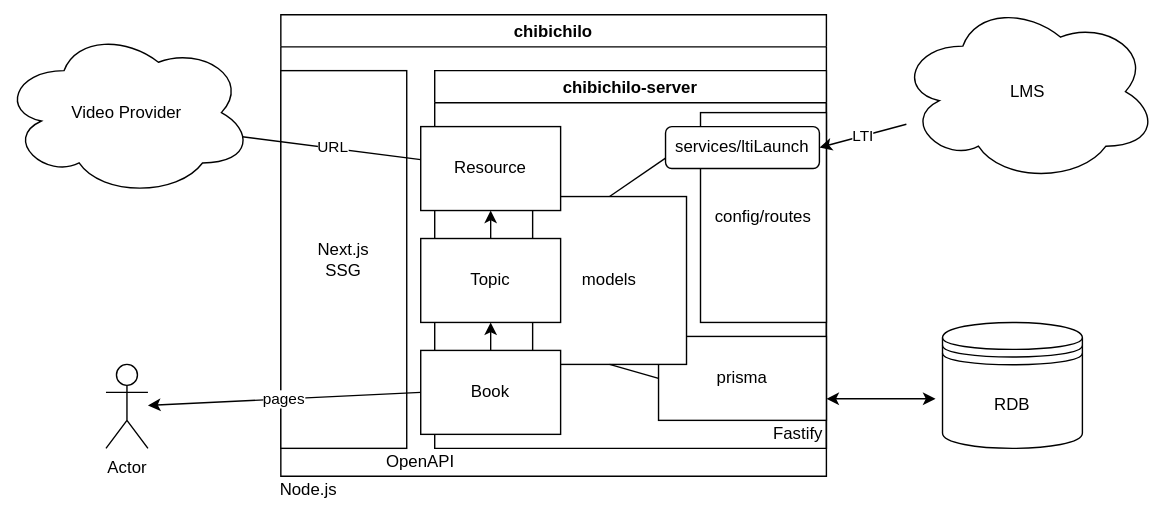
Before: docs/assets/arch.svg, a diagram exported from draw.io (npocccties/chibichilo). Source tidied: cells renumbered, new cells last; positions are measured from the earlier drawing's top-left corner, leaving out a move shared by most shapes.
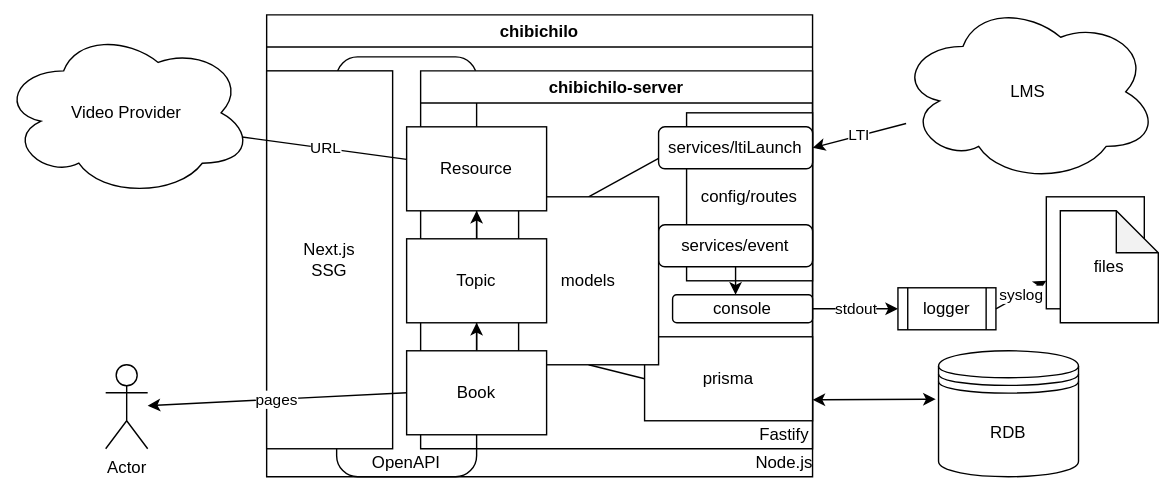
After the commit.

Commit message:
docs: 構成図にログ出力機構の追加

The edit, as a diff of the source:
```diff
@@ -3,11 +3,20 @@
     <mxCell id="0" />
     <mxCell id="1" parent="0" />
     <mxCell id="2" value="RDB" style="shape=datastore;whiteSpace=wrap;html=1;" parent="1" vertex="1">
-      <mxGeometry x="673" y="230" width="100" height="90" as="geometry" />
+      <mxGeometry x="670" y="250" width="100" height="90" as="geometry" />
     </mxCell>
     <mxCell id="3" value="chibichilo" style="swimlane;" parent="1" vertex="1">
-      <mxGeometry x="200" y="10" width="390" height="330" as="geometry" />
+      <mxGeometry x="190" y="10" width="390" height="330" as="geometry" />
     </mxCell>
+    <mxCell id="27" style="rounded=1;whiteSpace=wrap;html=1;" parent="3" vertex="1">
+      <mxGeometry x="50" y="30" width="100" height="300" as="geometry" />
+    </mxCell>
+    <mxCell id="18" value="OpenAPI" style="text;html=1;strokeColor=none;fillColor=none;align=center;verticalAlign=middle;whiteSpace=wrap;rounded=0;" parent="3" vertex="1">
+      <mxGeometry x="80" y="310" width="40" height="20" as="geometry" />
+    </mxCell>
+    <mxCell id="22" value="Node.js" style="text;html=1;strokeColor=none;fillColor=none;align=center;verticalAlign=middle;whiteSpace=wrap;rounded=0;" parent="3" vertex="1">
+      <mxGeometry x="350" y="310" width="40" height="20" as="geometry" />
+    </mxCell>
     <mxCell id="4" value="Next.js&lt;br&gt;SSG" style="rounded=0;whiteSpace=wrap;html=1;" parent="3" vertex="1">
       <mxGeometry y="40" width="90" height="270" as="geometry" />
     </mxCell>
@@ -15,59 +24,61 @@
       <mxGeometry x="110" y="40" width="280" height="270" as="geometry" />
     </mxCell>
     <mxCell id="6" value="config/routes" style="rounded=0;whiteSpace=wrap;html=1;" parent="5" vertex="1">
-      <mxGeometry x="190" y="30" width="90" height="150" as="geometry" />
+      <mxGeometry x="190" y="30" width="90" height="120" as="geometry" />
     </mxCell>
     <mxCell id="7" value="prisma" style="rounded=0;whiteSpace=wrap;html=1;" parent="5" vertex="1">
       <mxGeometry x="160" y="190" width="120" height="60" as="geometry" />
     </mxCell>
-    <mxCell id="8" value="models" style="rounded=0;whiteSpace=wrap;html=1;" parent="5" vertex="1">
-      <mxGeometry x="70" y="90" width="110" height="120" as="geometry" />
-    </mxCell>
     <mxCell id="9" value="services/ltiLaunch" style="rounded=1;whiteSpace=wrap;html=1;" parent="5" vertex="1">
-      <mxGeometry x="165" y="40" width="110" height="30" as="geometry" />
+      <mxGeometry x="170" y="40" width="110" height="30" as="geometry" />
     </mxCell>
     <mxCell id="10" style="endArrow=none;html=1;entryX=0;entryY=0.75;entryDx=0;entryDy=0;exitX=0.5;exitY=0;exitDx=0;exitDy=0;" parent="5" edge="1" source="8" target="9">
       <mxGeometry relative="1" as="geometry" />
     </mxCell>
-    <mxCell id="11" value="Resource" style="rounded=0;whiteSpace=wrap;html=1;" parent="5" vertex="1">
-      <mxGeometry x="-10" y="40" width="100" height="60" as="geometry" />
-    </mxCell>
     <mxCell id="12" style="edgeStyle=orthogonalEdgeStyle;rounded=0;jettySize=auto;html=1;exitX=0.5;exitY=0;exitDx=0;exitDy=0;entryX=0.5;entryY=1;entryDx=0;entryDy=0;" parent="5" edge="1" source="13" target="11">
       <mxGeometry relative="1" as="geometry" />
     </mxCell>
-    <mxCell id="13" value="Topic" style="rounded=0;whiteSpace=wrap;html=1;" parent="5" vertex="1">
-      <mxGeometry x="-10" y="120" width="100" height="60" as="geometry" />
-    </mxCell>
     <mxCell id="14" style="edgeStyle=orthogonalEdgeStyle;rounded=0;jettySize=auto;html=1;exitX=0.5;exitY=0;exitDx=0;exitDy=0;entryX=0.5;entryY=1;entryDx=0;entryDy=0;" parent="5" edge="1" source="15" target="13">
       <mxGeometry relative="1" as="geometry" />
     </mxCell>
-    <mxCell id="15" value="Book" style="rounded=0;whiteSpace=wrap;html=1;" parent="5" vertex="1">
-      <mxGeometry x="-10" y="200" width="100" height="60" as="geometry" />
-    </mxCell>
     <mxCell id="16" style="endArrow=none;html=1;exitX=0.5;exitY=1;exitDx=0;exitDy=0;entryX=0;entryY=0.5;entryDx=0;entryDy=0;" parent="5" edge="1" source="8" target="7">
       <mxGeometry relative="1" as="geometry" />
     </mxCell>
     <mxCell id="17" value="Fastify" style="text;html=1;strokeColor=none;fillColor=none;align=center;verticalAlign=middle;whiteSpace=wrap;rounded=0;" parent="5" vertex="1">
       <mxGeometry x="240" y="250" width="40" height="20" as="geometry" />
     </mxCell>
-    <mxCell id="18" value="OpenAPI" style="text;html=1;strokeColor=none;fillColor=none;align=center;verticalAlign=middle;whiteSpace=wrap;rounded=0;" parent="3" vertex="1">
-      <mxGeometry x="80" y="310" width="40" height="20" as="geometry" />
-    </mxCell>
+    <mxCell id="28" value="console" style="rounded=1;whiteSpace=wrap;html=1;" parent="5" vertex="1">
+      <mxGeometry x="180" y="160" width="100" height="20" as="geometry" />
+    </mxCell>
+    <mxCell id="29" value="services/event" style="rounded=1;whiteSpace=wrap;html=1;" parent="5" vertex="1">
+      <mxGeometry x="170" y="110" width="110" height="30" as="geometry" />
+    </mxCell>
+    <mxCell id="8" value="models" style="rounded=0;whiteSpace=wrap;html=1;" parent="5" vertex="1">
+      <mxGeometry x="70" y="90" width="100" height="120" as="geometry" />
+    </mxCell>
+    <mxCell id="11" value="Resource" style="rounded=0;whiteSpace=wrap;html=1;" parent="5" vertex="1">
+      <mxGeometry x="-10" y="40" width="100" height="60" as="geometry" />
+    </mxCell>
+    <mxCell id="13" value="Topic" style="rounded=0;whiteSpace=wrap;html=1;" parent="5" vertex="1">
+      <mxGeometry x="-10" y="120" width="100" height="60" as="geometry" />
+    </mxCell>
+    <mxCell id="15" value="Book" style="rounded=0;whiteSpace=wrap;html=1;" parent="5" vertex="1">
+      <mxGeometry x="-10" y="200" width="100" height="60" as="geometry" />
+    </mxCell>
+    <mxCell id="30" style="endArrow=classic;html=1;entryX=0.45;entryY=0;entryDx=0;entryDy=0;entryPerimeter=0;" parent="5" edge="1" source="29" target="28">
+      <mxGeometry relative="1" as="geometry" />
+    </mxCell>
     <mxCell id="19" value="LMS" style="ellipse;shape=cloud;whiteSpace=wrap;html=1;" parent="1" vertex="1">
       <mxGeometry x="641" width="186" height="130" as="geometry" />
     </mxCell>
-    <mxCell id="20" style="endArrow=classic;startArrow=classic;html=1;" parent="1" edge="1">
+    <mxCell id="20" style="endArrow=classic;startArrow=classic;html=1;exitX=1;exitY=0.75;exitDx=0;exitDy=0;" parent="1" edge="1" source="7">
       <mxGeometry relative="1" as="geometry">
-        <mxPoint x="590" y="284.6" as="sourcePoint" />
         <mxPoint x="668" y="284.6" as="targetPoint" />
       </mxGeometry>
     </mxCell>
     <mxCell id="21" value="LTI" style="endArrow=classic;html=1;entryX=1;entryY=0.5;entryDx=0;entryDy=0;" parent="1" edge="1" source="19" target="9">
       <mxGeometry relative="1" as="geometry" />
     </mxCell>
-    <mxCell id="22" value="Node.js" style="text;html=1;strokeColor=none;fillColor=none;align=center;verticalAlign=middle;whiteSpace=wrap;rounded=0;" parent="1" vertex="1">
-      <mxGeometry x="200" y="340" width="40" height="20" as="geometry" />
-    </mxCell>
     <mxCell id="23" value="Video Provider" style="ellipse;shape=cloud;whiteSpace=wrap;html=1;" parent="1" vertex="1">
       <mxGeometry y="20" width="180" height="120" as="geometry" />
     </mxCell>
@@ -80,5 +91,23 @@
     <mxCell id="26" value="URL" style="endArrow=none;html=1;entryX=0.958;entryY=0.644;entryDx=0;entryDy=0;entryPerimeter=0;" parent="1" edge="1" source="11" target="23">
       <mxGeometry relative="1" as="geometry" />
     </mxCell>
+    <mxCell id="31" style="group;" parent="1" vertex="1">
+      <mxGeometry x="747" y="140" width="80" height="90" as="geometry" />
+    </mxCell>
+    <mxCell id="32" style="rounded=0;whiteSpace=wrap;html=1;" parent="31" vertex="1">
+      <mxGeometry width="70" height="80" as="geometry" />
+    </mxCell>
+    <mxCell id="33" value="files" style="shape=note;whiteSpace=wrap;html=1;backgroundOutline=1;darkOpacity=0.05;" parent="31" vertex="1">
+      <mxGeometry x="10" y="10" width="70" height="80" as="geometry" />
+    </mxCell>
+    <mxCell id="34" value="logger" style="shape=process;whiteSpace=wrap;html=1;backgroundOutline=1;" parent="1" vertex="1">
+      <mxGeometry x="641" y="205" width="70" height="30" as="geometry" />
+    </mxCell>
+    <mxCell id="35" value="stdout" style="endArrow=classic;html=1;entryX=0;entryY=0.5;entryDx=0;entryDy=0;" parent="1" edge="1" source="28" target="34">
+      <mxGeometry relative="1" as="geometry" />
+    </mxCell>
+    <mxCell id="36" value="syslog" style="endArrow=classic;html=1;exitX=1;exitY=0.5;exitDx=0;exitDy=0;entryX=0;entryY=0.75;entryDx=0;entryDy=0;" parent="1" edge="1" source="34" target="32">
+      <mxGeometry relative="1" as="geometry" />
+    </mxCell>
   </root>
 </mxGraphModel>
```
